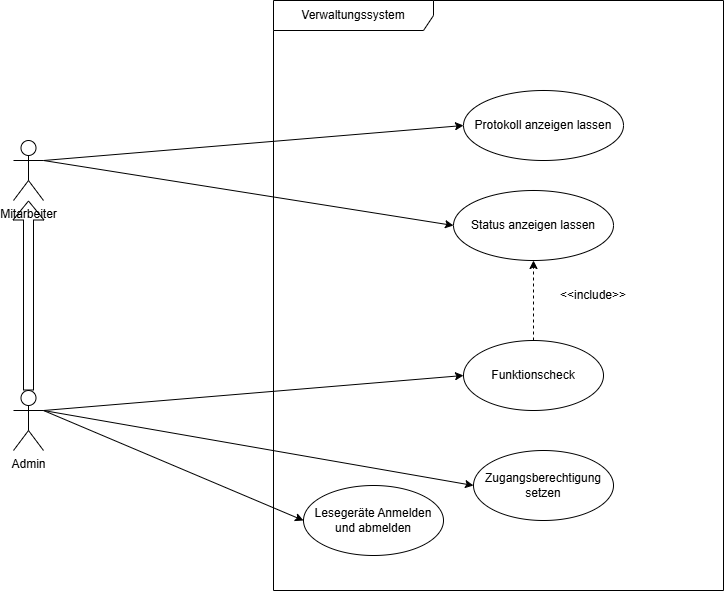
The draw.io diagram Verwaltungssystem.png in Zynd4x/Draw.io-, before a commit. Source tidied: cells renumbered, new cells last; positions are measured from the earlier drawing's top-left corner, leaving out a move shared by most shapes. The source it was exported from:
```xml
<mxGraphModel>
  <root>
    <mxCell id="0" />
    <mxCell id="1" parent="0" />
    <mxCell id="2" value="Verwaltungssystem" style="shape=umlFrame;whiteSpace=wrap;html=1;width=160;" parent="1" vertex="1">
      <mxGeometry x="260" width="450" height="590" as="geometry" />
    </mxCell>
    <mxCell id="3" value="Status anzeigen lassen" style="ellipse;whiteSpace=wrap;html=1;" parent="2" vertex="1">
      <mxGeometry x="180" y="190" width="160" height="70" as="geometry" />
    </mxCell>
    <mxCell id="4" value="Protokoll anzeigen lassen" style="ellipse;whiteSpace=wrap;html=1;" parent="2" vertex="1">
      <mxGeometry x="190" y="90" width="160" height="70" as="geometry" />
    </mxCell>
    <mxCell id="5" value="Zugangsberechtigung setzen" style="ellipse;whiteSpace=wrap;html=1;" parent="2" vertex="1">
      <mxGeometry x="200" y="450" width="140" height="70" as="geometry" />
    </mxCell>
    <mxCell id="6" style="edgeStyle=orthogonalEdgeStyle;rounded=0;jettySize=auto;html=1;exitX=0.5;exitY=0;exitDx=0;exitDy=0;entryX=0.5;entryY=1;entryDx=0;entryDy=0;dashed=1;" parent="2" edge="1" source="7" target="3">
      <mxGeometry relative="1" as="geometry" />
    </mxCell>
    <mxCell id="7" value="Funktionscheck" style="ellipse;whiteSpace=wrap;html=1;" parent="2" vertex="1">
      <mxGeometry x="190" y="340" width="140" height="70" as="geometry" />
    </mxCell>
    <mxCell id="8" value="Lesegeräte Anmelden und abmelden" style="ellipse;whiteSpace=wrap;html=1;" parent="2" vertex="1">
      <mxGeometry x="30" y="485" width="140" height="70" as="geometry" />
    </mxCell>
    <mxCell id="9" style="edgeStyle=orthogonalEdgeStyle;rounded=0;jettySize=auto;html=1;shape=flexArrow;" parent="1" edge="1" source="16" target="12">
      <mxGeometry relative="1" as="geometry" />
    </mxCell>
    <mxCell id="10" style="rounded=0;jettySize=auto;html=1;exitX=1;exitY=0.3333333333333333;exitDx=0;exitDy=0;exitPerimeter=0;entryX=0;entryY=0.5;entryDx=0;entryDy=0;" parent="1" edge="1" source="12" target="4">
      <mxGeometry relative="1" as="geometry" />
    </mxCell>
    <mxCell id="11" style="rounded=0;jettySize=auto;html=1;exitX=1;exitY=0.3333333333333333;exitDx=0;exitDy=0;exitPerimeter=0;entryX=0;entryY=0.5;entryDx=0;entryDy=0;" parent="1" edge="1" source="12" target="3">
      <mxGeometry relative="1" as="geometry" />
    </mxCell>
    <mxCell id="12" value="Mitarbeiter" style="shape=umlActor;verticalLabelPosition=bottom;verticalAlign=top;html=1;" parent="1" vertex="1">
      <mxGeometry y="140" width="30" height="60" as="geometry" />
    </mxCell>
    <mxCell id="13" style="rounded=0;jettySize=auto;html=1;exitX=1;exitY=0.3333333333333333;exitDx=0;exitDy=0;exitPerimeter=0;entryX=0;entryY=0.5;entryDx=0;entryDy=0;" parent="1" edge="1" source="16" target="7">
      <mxGeometry relative="1" as="geometry" />
    </mxCell>
    <mxCell id="14" style="rounded=0;jettySize=auto;html=1;exitX=1;exitY=0.3333333333333333;exitDx=0;exitDy=0;exitPerimeter=0;entryX=0;entryY=0.5;entryDx=0;entryDy=0;" parent="1" edge="1" source="16" target="5">
      <mxGeometry relative="1" as="geometry" />
    </mxCell>
    <mxCell id="15" style="rounded=0;jettySize=auto;html=1;exitX=1;exitY=0.3333333333333333;exitDx=0;exitDy=0;exitPerimeter=0;entryX=0;entryY=0.5;entryDx=0;entryDy=0;" parent="1" edge="1" source="16" target="8">
      <mxGeometry relative="1" as="geometry" />
    </mxCell>
    <mxCell id="16" value="Admin" style="shape=umlActor;verticalLabelPosition=bottom;verticalAlign=top;html=1;" parent="1" vertex="1">
      <mxGeometry y="390" width="30" height="60" as="geometry" />
    </mxCell>
    <mxCell id="17" value="&amp;lt;&amp;lt;include&amp;gt;&amp;gt;" style="text;html=1;whiteSpace=wrap;strokeColor=none;fillColor=none;align=center;verticalAlign=middle;rounded=0;" parent="1" vertex="1">
      <mxGeometry x="550" y="280" width="60" height="30" as="geometry" />
    </mxCell>
  </root>
</mxGraphModel>
```
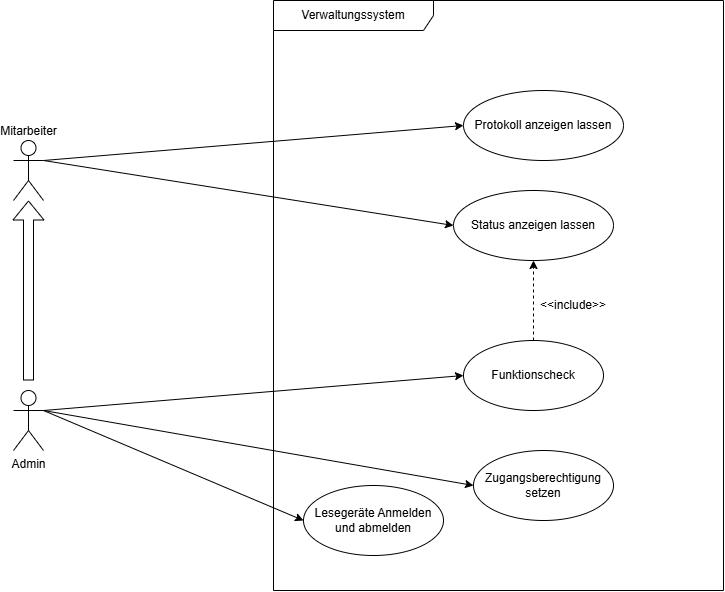
The same file after the commit.

The edit, as a diff of the source:
```diff
@@ -23,8 +23,13 @@
     <mxCell id="8" value="Lesegeräte Anmelden und abmelden" style="ellipse;whiteSpace=wrap;html=1;" parent="2" vertex="1">
       <mxGeometry x="30" y="485" width="140" height="70" as="geometry" />
     </mxCell>
+    <mxCell id="17" value="&amp;lt;&amp;lt;include&amp;gt;&amp;gt;" style="text;html=1;whiteSpace=wrap;strokeColor=none;fillColor=none;align=center;verticalAlign=middle;rounded=0;" parent="2" vertex="1">
+      <mxGeometry x="270" y="290" width="60" height="30" as="geometry" />
+    </mxCell>
-    <mxCell id="9" style="edgeStyle=orthogonalEdgeStyle;rounded=0;jettySize=auto;html=1;shape=flexArrow;" parent="1" edge="1" source="16" target="12">
-      <mxGeometry relative="1" as="geometry" />
+    <mxCell id="9" style="edgeStyle=orthogonalEdgeStyle;rounded=0;jettySize=auto;html=1;shape=flexArrow;" parent="1" edge="1" target="12">
+      <mxGeometry relative="1" as="geometry">
+        <mxPoint x="15" y="380" as="sourcePoint" />
+      </mxGeometry>
     </mxCell>
     <mxCell id="10" style="rounded=0;jettySize=auto;html=1;exitX=1;exitY=0.3333333333333333;exitDx=0;exitDy=0;exitPerimeter=0;entryX=0;entryY=0.5;entryDx=0;entryDy=0;" parent="1" edge="1" source="12" target="4">
       <mxGeometry relative="1" as="geometry" />
@@ -32,7 +37,7 @@
     <mxCell id="11" style="rounded=0;jettySize=auto;html=1;exitX=1;exitY=0.3333333333333333;exitDx=0;exitDy=0;exitPerimeter=0;entryX=0;entryY=0.5;entryDx=0;entryDy=0;" parent="1" edge="1" source="12" target="3">
       <mxGeometry relative="1" as="geometry" />
     </mxCell>
-    <mxCell id="12" value="Mitarbeiter" style="shape=umlActor;verticalLabelPosition=bottom;verticalAlign=top;html=1;" parent="1" vertex="1">
+    <mxCell id="12" value="Mitarbeiter" style="shape=umlActor;verticalLabelPosition=top;verticalAlign=bottom;html=1;labelPosition=center;align=center;" parent="1" vertex="1">
       <mxGeometry y="140" width="30" height="60" as="geometry" />
     </mxCell>
     <mxCell id="13" style="rounded=0;jettySize=auto;html=1;exitX=1;exitY=0.3333333333333333;exitDx=0;exitDy=0;exitPerimeter=0;entryX=0;entryY=0.5;entryDx=0;entryDy=0;" parent="1" edge="1" source="16" target="7">
@@ -47,8 +52,5 @@
     <mxCell id="16" value="Admin" style="shape=umlActor;verticalLabelPosition=bottom;verticalAlign=top;html=1;" parent="1" vertex="1">
       <mxGeometry y="390" width="30" height="60" as="geometry" />
     </mxCell>
-    <mxCell id="17" value="&amp;lt;&amp;lt;include&amp;gt;&amp;gt;" style="text;html=1;whiteSpace=wrap;strokeColor=none;fillColor=none;align=center;verticalAlign=middle;rounded=0;" parent="1" vertex="1">
-      <mxGeometry x="550" y="280" width="60" height="30" as="geometry" />
-    </mxCell>
   </root>
 </mxGraphModel>
```
